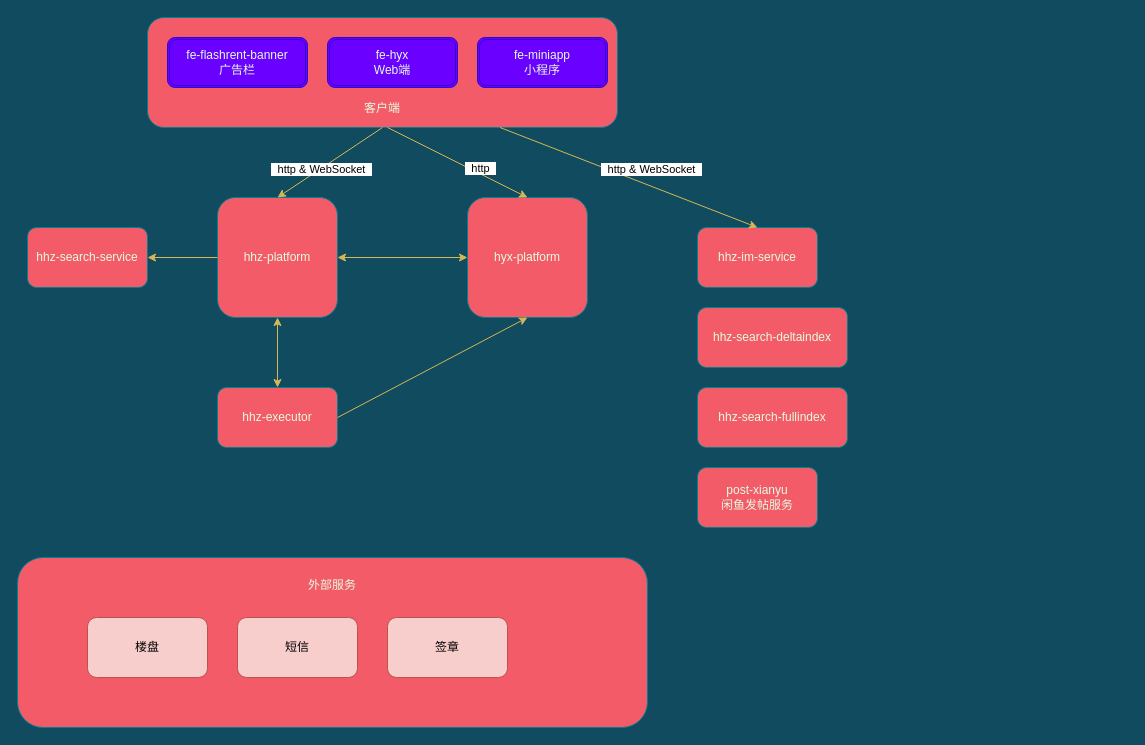
The draw.io diagram 会分期-闪租-项目调用关系.drawio in wangqi-jeffrey/mind-map, before the edit. Source tidied: cells renumbered, new cells numbered last; positions are measured from the earlier drawing's top-left corner, leaving out a move shared by most shapes. Both pictures are drawn from the tidied source at 100%, with x=0, y=0 at pixel (17, 17).
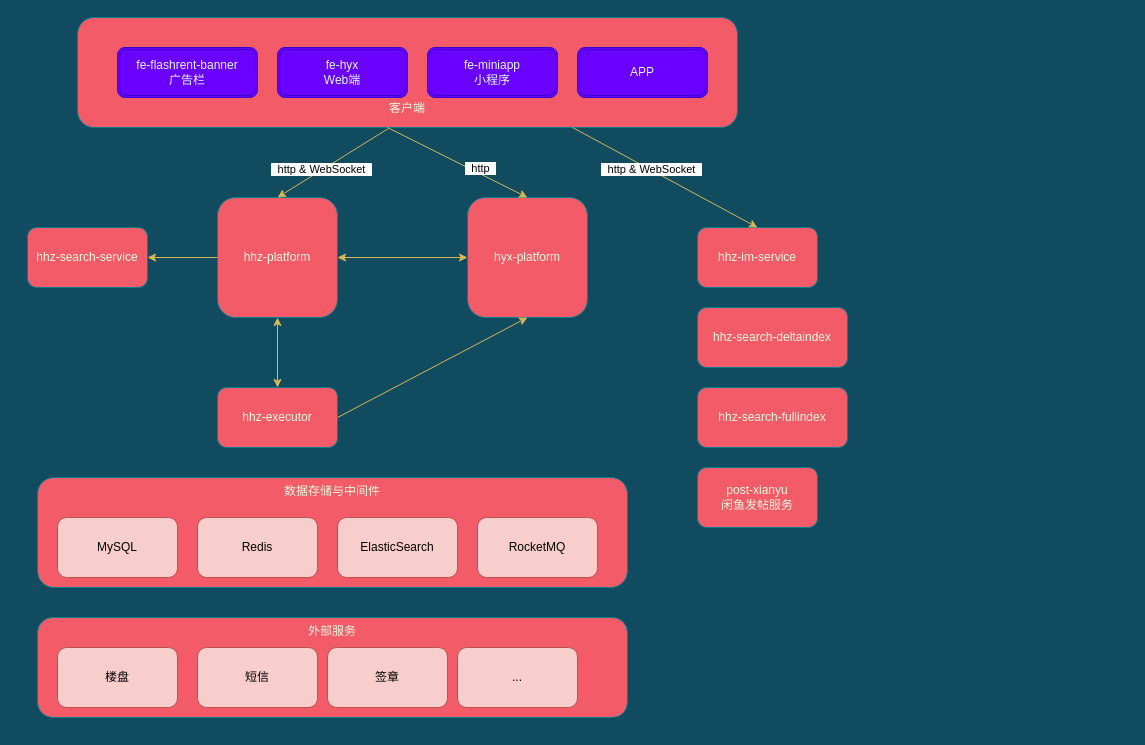
The same page after the edit.

Commit message:
Update 会分期-闪租-项目调用关系.drawio

Unchanged cells that the change refers to:
```xml
<mxCell id="2" value="hhz-platform" style="rounded=1;whiteSpace=wrap;html=1;sketch=0;strokeColor=#028090;fillColor=#F45B69;fontColor=#E4FDE1;" parent="1" vertex="1">
  <mxGeometry x="200" y="180" width="120" height="120" as="geometry" />
</mxCell>
```

What changed in the source:
```diff
@@
     <mxCell id="10" value="&lt;br&gt;&lt;br&gt;&lt;br&gt;&lt;br&gt;&lt;br&gt;客户端" style="rounded=1;whiteSpace=wrap;html=1;sketch=0;strokeColor=#028090;fillColor=#F45B69;fontColor=#E4FDE1;" parent="1" vertex="1">
-      <mxGeometry x="130" width="470" height="110" as="geometry" />
+      <mxGeometry x="60" width="660" height="110" as="geometry" />
     </mxCell>
     <mxCell id="11" value="&lt;span style=&quot;color: rgb(228 , 253 , 225)&quot;&gt;fe-flashrent-banner&lt;/span&gt;&lt;br style=&quot;color: rgb(228 , 253 , 225)&quot;&gt;&lt;span style=&quot;color: rgb(228 , 253 , 225)&quot;&gt;广告栏&lt;/span&gt;" style="shape=ext;double=1;rounded=1;whiteSpace=wrap;html=1;sketch=0;fillColor=#6a00ff;strokeColor=#3700CC;fontColor=#ffffff;" parent="1" vertex="1">
-      <mxGeometry x="150" y="20" width="140" height="50" as="geometry" />
+      <mxGeometry x="100" y="30" width="140" height="50" as="geometry" />
     </mxCell>
     <mxCell id="12" value="&lt;span style=&quot;color: rgb(228 , 253 , 225)&quot;&gt;fe-hyx&lt;/span&gt;&lt;br style=&quot;color: rgb(228 , 253 , 225)&quot;&gt;&lt;span style=&quot;color: rgb(228 , 253 , 225)&quot;&gt;Web端&lt;/span&gt;" style="shape=ext;double=1;rounded=1;whiteSpace=wrap;html=1;sketch=0;fillColor=#6a00ff;strokeColor=#3700CC;fontColor=#ffffff;" parent="1" vertex="1">
-      <mxGeometry x="310" y="20" width="130" height="50" as="geometry" />
+      <mxGeometry x="260" y="30" width="130" height="50" as="geometry" />
     </mxCell>
@@
     <mxCell id="14" value="&lt;span style=&quot;color: rgb(228 , 253 , 225)&quot;&gt;fe-miniapp&lt;/span&gt;&lt;br style=&quot;color: rgb(228 , 253 , 225)&quot;&gt;&lt;span style=&quot;color: rgb(228 , 253 , 225)&quot;&gt;小程序&lt;/span&gt;" style="shape=ext;double=1;rounded=1;whiteSpace=wrap;html=1;sketch=0;fillColor=#6a00ff;strokeColor=#3700CC;fontColor=#ffffff;" parent="1" vertex="1">
-      <mxGeometry x="460" y="20" width="130" height="50" as="geometry" />
+      <mxGeometry x="410" y="30" width="130" height="50" as="geometry" />
     </mxCell>
-    <mxCell id="15" style="endArrow=classic;html=1;strokeColor=#d6b656;fillColor=#fff2cc;fontColor=#E4FDE1;exitX=0.5;exitY=1;exitDx=0;exitDy=0;entryX=0.5;entryY=0;entryDx=0;entryDy=0;" parent="1" edge="1" source="10" target="2">
+    <mxCell id="15" style="endArrow=classic;html=1;strokeColor=#d6b656;fillColor=#fff2cc;fontColor=#E4FDE1;entryX=0.5;entryY=0;entryDx=0;entryDy=0;exitX=0.471;exitY=1.009;exitDx=0;exitDy=0;exitPerimeter=0;" parent="1" edge="1" source="10" target="2">
       <mxGeometry relative="1" as="geometry" />
     </mxCell>
@@
-    <mxCell id="23" value="&lt;br&gt;外部服务" style="rounded=1;whiteSpace=wrap;html=1;sketch=0;strokeColor=#028090;fillColor=#F45B69;fontColor=#E4FDE1;align=center;verticalAlign=top;" parent="1" vertex="1">
-      <mxGeometry y="540" width="630" height="170" as="geometry" />
+    <mxCell id="23" value="外部服务" style="rounded=1;whiteSpace=wrap;html=1;sketch=0;strokeColor=#028090;fillColor=#F45B69;fontColor=#E4FDE1;align=center;verticalAlign=top;" parent="1" vertex="1">
+      <mxGeometry x="20" y="600" width="590" height="100" as="geometry" />
     </mxCell>
     <mxCell id="24" value="楼盘" style="rounded=1;whiteSpace=wrap;html=1;sketch=0;strokeColor=#b85450;fillColor=#f8cecc;align=center;" parent="1" vertex="1">
-      <mxGeometry x="70" y="600" width="120" height="60" as="geometry" />
+      <mxGeometry x="40" y="630" width="120" height="60" as="geometry" />
     </mxCell>
     <mxCell id="25" value="短信" style="rounded=1;whiteSpace=wrap;html=1;sketch=0;strokeColor=#b85450;fillColor=#f8cecc;align=center;" parent="1" vertex="1">
-      <mxGeometry x="220" y="600" width="120" height="60" as="geometry" />
+      <mxGeometry x="180" y="630" width="120" height="60" as="geometry" />
     </mxCell>
     <mxCell id="26" value="签章" style="rounded=1;whiteSpace=wrap;html=1;sketch=0;strokeColor=#b85450;fillColor=#f8cecc;align=center;" parent="1" vertex="1">
-      <mxGeometry x="370" y="600" width="120" height="60" as="geometry" />
+      <mxGeometry x="310" y="630" width="120" height="60" as="geometry" />
     </mxCell>
@@
+    <mxCell id="28" value="数据存储与中间件" style="rounded=1;whiteSpace=wrap;html=1;sketch=0;strokeColor=#028090;fillColor=#F45B69;fontColor=#E4FDE1;align=center;verticalAlign=top;" parent="1" vertex="1">
+      <mxGeometry x="20" y="460" width="590" height="110" as="geometry" />
+    </mxCell>
+    <mxCell id="29" value="..." style="rounded=1;whiteSpace=wrap;html=1;sketch=0;strokeColor=#b85450;fillColor=#f8cecc;align=center;" parent="1" vertex="1">
+      <mxGeometry x="440" y="630" width="120" height="60" as="geometry" />
+    </mxCell>
+    <mxCell id="30" value="MySQL" style="rounded=1;whiteSpace=wrap;html=1;sketch=0;strokeColor=#b85450;fillColor=#f8cecc;align=center;" parent="1" vertex="1">
+      <mxGeometry x="40" y="500" width="120" height="60" as="geometry" />
+    </mxCell>
+    <mxCell id="31" value="Redis" style="rounded=1;whiteSpace=wrap;html=1;sketch=0;strokeColor=#b85450;fillColor=#f8cecc;align=center;" parent="1" vertex="1">
+      <mxGeometry x="180" y="500" width="120" height="60" as="geometry" />
+    </mxCell>
+    <mxCell id="32" value="ElasticSearch" style="rounded=1;whiteSpace=wrap;html=1;sketch=0;strokeColor=#b85450;fillColor=#f8cecc;align=center;" parent="1" vertex="1">
+      <mxGeometry x="320" y="500" width="120" height="60" as="geometry" />
+    </mxCell>
+    <mxCell id="33" value="RocketMQ" style="rounded=1;whiteSpace=wrap;html=1;sketch=0;strokeColor=#b85450;fillColor=#f8cecc;align=center;" parent="1" vertex="1">
+      <mxGeometry x="460" y="500" width="120" height="60" as="geometry" />
+    </mxCell>
+    <mxCell id="34" value="&lt;font color=&quot;#e4fde1&quot;&gt;APP&lt;/font&gt;" style="shape=ext;double=1;rounded=1;whiteSpace=wrap;html=1;sketch=0;fillColor=#6a00ff;strokeColor=#3700CC;fontColor=#ffffff;" parent="1" vertex="1">
+      <mxGeometry x="560" y="30" width="130" height="50" as="geometry" />
+    </mxCell>
```
